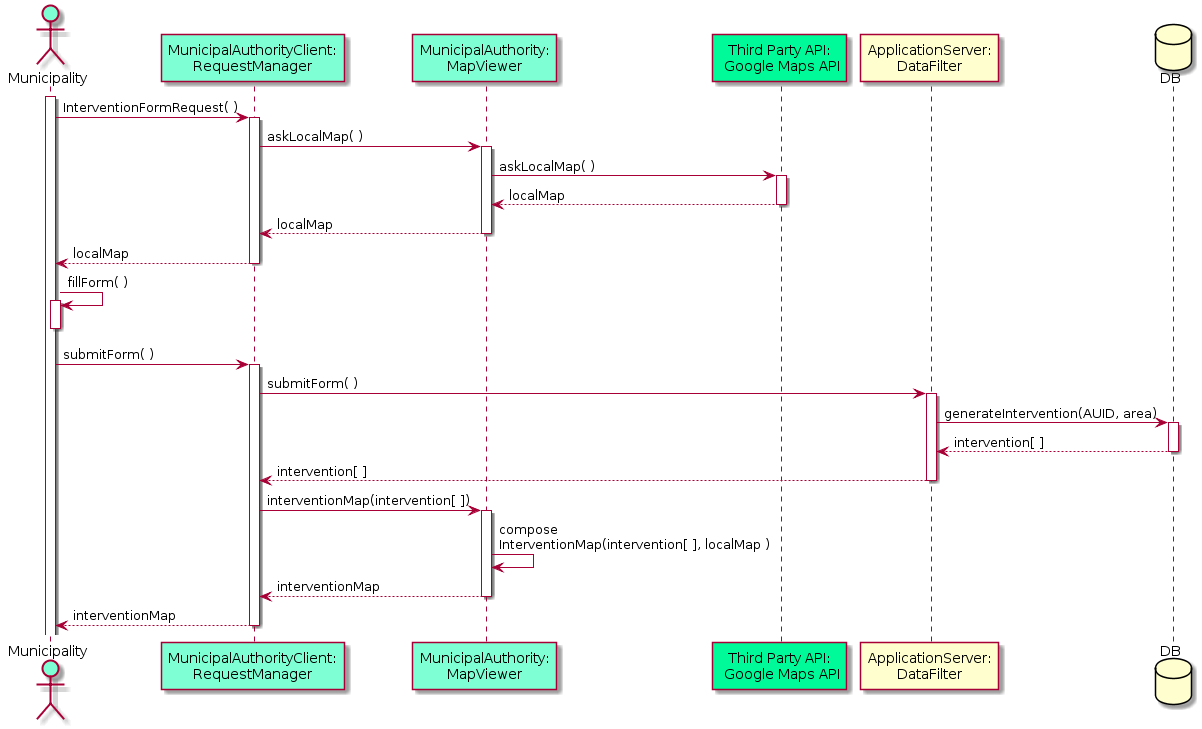
This is DD/Images/seqDiag_Interventions.png from fafrullo2/PanzeriPeruginiPipita, a PlantUML export, as it was before one commit.
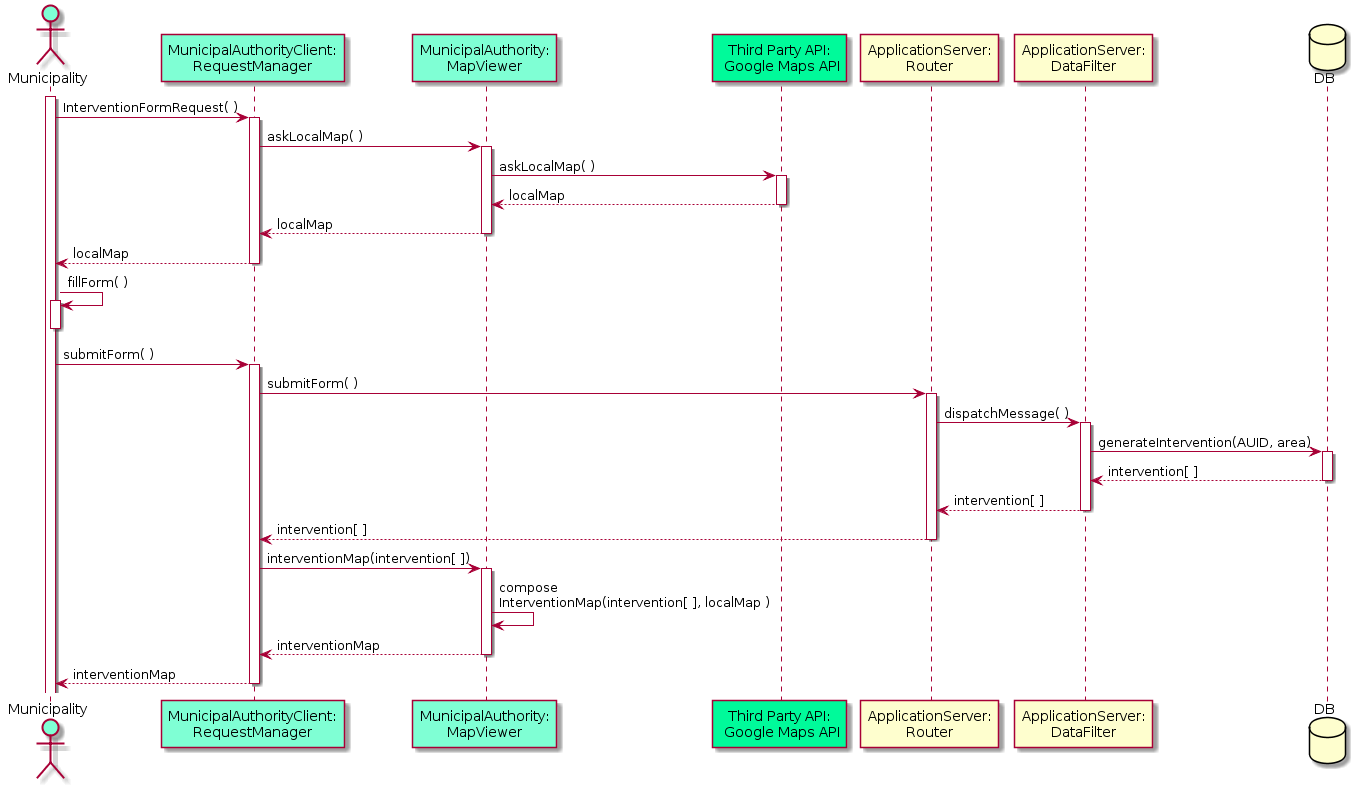
Later version of the same file.

Commit message:
Fixed router behaviour in sequence diagrams, minor fixes

Change to the diagram source:
```diff
@@ -3,8 +3,9 @@
 participant RequestManager as "MunicipalAuthorityClient:\nRequestManager" order 20 #Aquamarine
 participant MapViewer as "MunicipalAuthority:\nMapViewer" order 30 #Aquamarine
 participant MapsAPI as "Third Party API:\n Google Maps API" order 40 #MediumSpringGreen
-participant DataFilter as "ApplicationServer:\nDataFilter" order 50
-database DB order 60
+participant Router as "ApplicationServer:\nRouter" order 50
+participant DataFilter as "ApplicationServer:\nDataFilter" order 60
+database DB order 70
 
 activate Municipality
 Municipality -> RequestManager : InterventionFormRequest( )
@@ -27,11 +28,15 @@
 Municipality -> RequestManager : submitForm( )
 activate RequestManager
 
-RequestManager -> DataFilter : submitForm( )
+RequestManager -> Router : submitForm( )
+activate Router
+
+Router -> DataFilter : dispatchMessage( )
 activate DataFilter
 
 DataFilter -> DB : generateIntervention(AUID, area)
 activate DB
+return intervention[ ]
 return intervention[ ]
 return intervention[ ]
 
```
